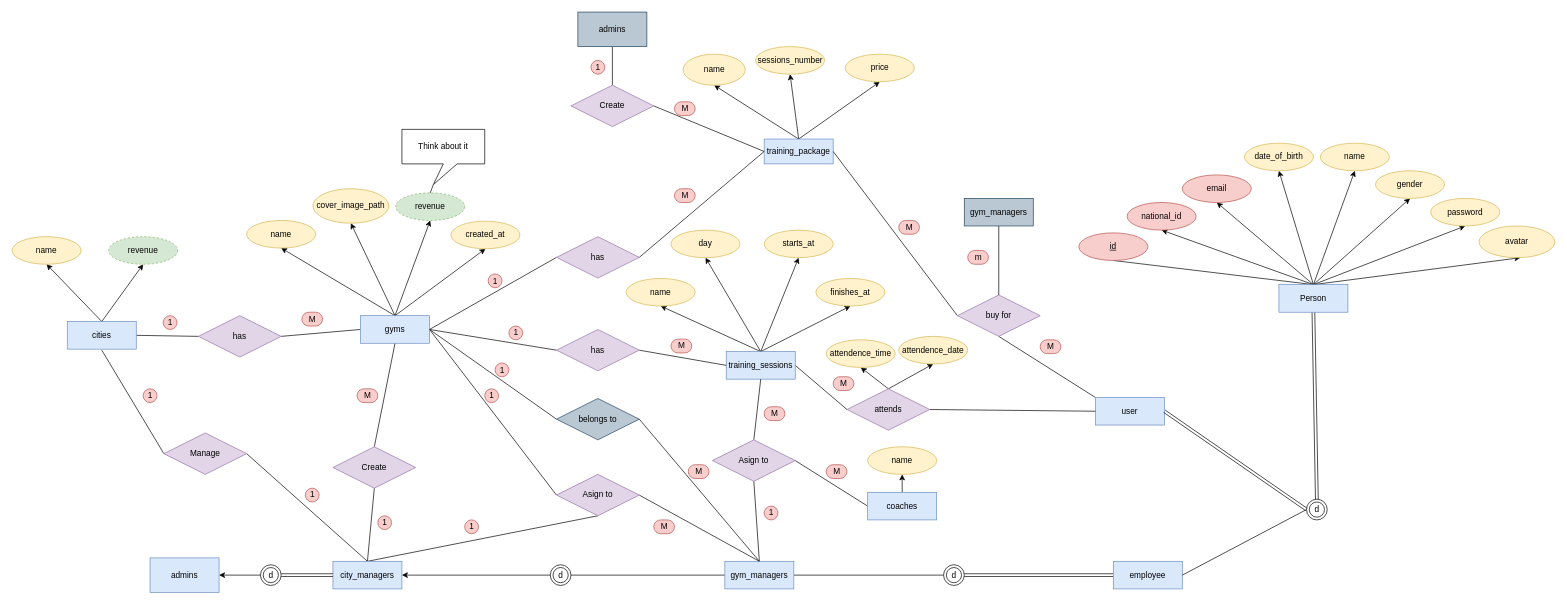
Earlier version of the draw.io diagram page "Final Enhanced ERD" (1 of 2) of 00 Project Material/00 Database/00 ERD/ERD.drawio (ashrafeldawody/GYM-APP). Source tidied: cells renumbered, new cells numbered last; positions are measured from the earlier drawing's top-left corner, leaving out a move shared by most shapes. Both pictures are drawn from the tidied source at 69%, with x=0, y=0 at pixel (12, 12).
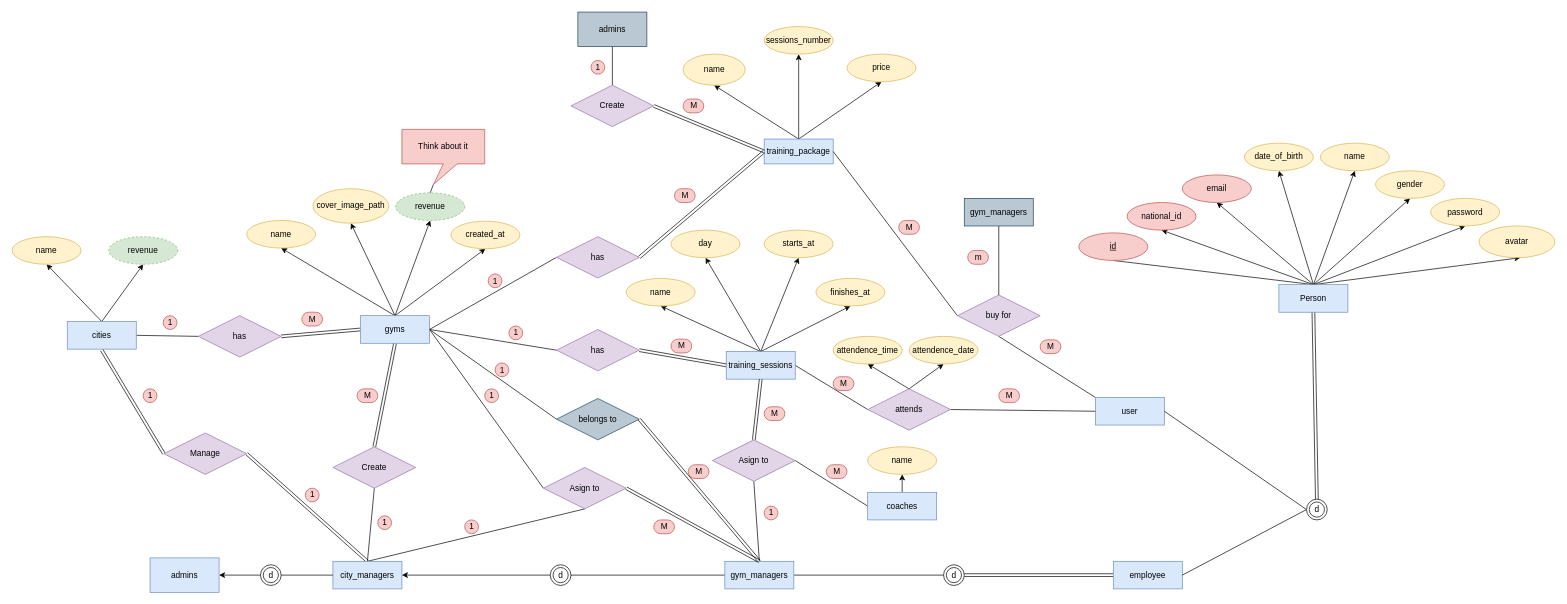
The same diagram, later.

Unchanged cells that the change refers to:
```xml
<mxCell id="26" value="training_package" style="whiteSpace=wrap;html=1;align=center;fillColor=#dae8fc;strokeColor=#6c8ebf;" parent="1" vertex="1">
  <mxGeometry x="1090" y="184" width="100" height="36" as="geometry" />
</mxCell>
<mxCell id="35" value="user" style="whiteSpace=wrap;html=1;align=center;fillColor=#dae8fc;strokeColor=#6c8ebf;" parent="1" vertex="1">
  <mxGeometry x="1570" y="558.5" width="100" height="40" as="geometry" />
</mxCell>
<mxCell id="38" style="ellipse;shape=doubleEllipse;whiteSpace=wrap;html=1;" parent="1" vertex="1">
  <mxGeometry x="1876" y="706" width="30" height="30" as="geometry" />
</mxCell>
<mxCell id="44" value="city_managers" style="whiteSpace=wrap;html=1;align=center;fillColor=#dae8fc;strokeColor=#6c8ebf;" parent="1" vertex="1">
  <mxGeometry x="465" y="796" width="100" height="40" as="geometry" />
</mxCell>
<mxCell id="50" style="ellipse;shape=doubleEllipse;whiteSpace=wrap;html=1;" parent="1" vertex="1">
  <mxGeometry x="360" y="801" width="30" height="30" as="geometry" />
</mxCell>
<mxCell id="58" value="has" style="shape=rhombus;perimeter=rhombusPerimeter;whiteSpace=wrap;html=1;align=center;fillColor=#e1d5e7;strokeColor=#9673a6;" parent="1" vertex="1">
  <mxGeometry x="270" y="440" width="120" height="60" as="geometry" />
</mxCell>
<mxCell id="61" value="Create" style="shape=rhombus;perimeter=rhombusPerimeter;whiteSpace=wrap;html=1;align=center;fillColor=#e1d5e7;strokeColor=#9673a6;" parent="1" vertex="1">
  <mxGeometry x="465" y="630" width="120" height="60" as="geometry" />
</mxCell>
<mxCell id="65" value="gym_managers" style="whiteSpace=wrap;html=1;align=center;fillColor=#dae8fc;strokeColor=#6c8ebf;" parent="1" vertex="1">
  <mxGeometry x="1033" y="796" width="100" height="40" as="geometry" />
</mxCell>
<mxCell id="73" value="gyms" style="whiteSpace=wrap;html=1;align=center;fillColor=#dae8fc;strokeColor=#6c8ebf;" parent="1" vertex="1">
  <mxGeometry x="505" y="440" width="100" height="40" as="geometry" />
</mxCell>
<mxCell id="84" value="training_sessions" style="whiteSpace=wrap;html=1;align=center;fillColor=#dae8fc;strokeColor=#6c8ebf;" parent="1" vertex="1">
  <mxGeometry x="1035" y="492" width="100" height="40" as="geometry" />
</mxCell>
<mxCell id="91" value="has" style="shape=rhombus;perimeter=rhombusPerimeter;whiteSpace=wrap;html=1;align=center;fillColor=#e1d5e7;strokeColor=#9673a6;rotation=0;" parent="1" vertex="1">
  <mxGeometry x="789" y="325.5" width="120" height="60" as="geometry" />
</mxCell>
<mxCell id="97" value="Manage" style="shape=rhombus;perimeter=rhombusPerimeter;whiteSpace=wrap;html=1;align=center;fillColor=#e1d5e7;strokeColor=#9673a6;" parent="1" vertex="1">
  <mxGeometry x="220" y="610" width="120" height="60" as="geometry" />
</mxCell>
<mxCell id="102" value="belongs to" style="shape=rhombus;perimeter=rhombusPerimeter;whiteSpace=wrap;html=1;align=center;fillColor=#bac8d3;strokeColor=#23445d;" parent="1" vertex="1">
  <mxGeometry x="789" y="560" width="120" height="60" as="geometry" />
</mxCell>
<mxCell id="111" value="has" style="shape=rhombus;perimeter=rhombusPerimeter;whiteSpace=wrap;html=1;align=center;fillColor=#e1d5e7;strokeColor=#9673a6;rotation=0;" parent="1" vertex="1">
  <mxGeometry x="789" y="460" width="120" height="60" as="geometry" />
</mxCell>
<mxCell id="118" value="Asign to" style="shape=rhombus;perimeter=rhombusPerimeter;whiteSpace=wrap;html=1;align=center;fillColor=#e1d5e7;strokeColor=#9673a6;" parent="1" vertex="1">
  <mxGeometry x="1015" y="620" width="120" height="60" as="geometry" />
</mxCell>
<mxCell id="138" value="Create" style="shape=rhombus;perimeter=rhombusPerimeter;whiteSpace=wrap;html=1;align=center;fillColor=#e1d5e7;strokeColor=#9673a6;rotation=0;" parent="1" vertex="1">
  <mxGeometry x="810" y="106" width="120" height="60" as="geometry" />
</mxCell>
```

What changed in the source:
```diff
@@
     <mxCell id="28" value="price" style="ellipse;whiteSpace=wrap;html=1;align=center;fillColor=#fff2cc;strokeColor=#d6b656;" parent="1" vertex="1">
-      <mxGeometry x="1207.5" y="61" width="100" height="40" as="geometry" />
+      <mxGeometry x="1210" y="61" width="100" height="40" as="geometry" />
     </mxCell>
     <mxCell id="29" value="sessions_number" style="ellipse;whiteSpace=wrap;html=1;align=center;fillColor=#fff2cc;strokeColor=#d6b656;" parent="1" vertex="1">
-      <mxGeometry x="1077.5" y="50" width="100" height="40" as="geometry" />
+      <mxGeometry x="1090" y="21" width="100" height="40" as="geometry" />
     </mxCell>
@@
-    <mxCell id="37" style="edgeStyle=none;shape=link;rounded=0;jettySize=auto;html=1;exitX=0;exitY=0.5;exitDx=0;exitDy=0;endArrow=classic;endFill=1;entryX=1;entryY=0.5;entryDx=0;entryDy=0;" parent="1" edge="1" source="38" target="35">
+    <mxCell id="37" style="edgeStyle=none;rounded=0;jettySize=auto;html=1;exitX=0;exitY=0.5;exitDx=0;exitDy=0;endArrow=none;endFill=0;entryX=1;entryY=0.5;entryDx=0;entryDy=0;" parent="1" edge="1" source="38" target="35">
       <mxGeometry relative="1" as="geometry" />
     </mxCell>
@@
-    <mxCell id="42" style="edgeStyle=none;rounded=0;jettySize=auto;html=1;exitX=0.5;exitY=0;exitDx=0;exitDy=0;entryX=1;entryY=0.5;entryDx=0;entryDy=0;endArrow=none;endFill=0;" parent="1" edge="1" source="44" target="97">
+    <mxCell id="42" style="edgeStyle=none;rounded=0;jettySize=auto;html=1;exitX=0.5;exitY=0;exitDx=0;exitDy=0;entryX=1;entryY=0.5;entryDx=0;entryDy=0;endArrow=none;endFill=0;shape=link;" parent="1" edge="1" source="44" target="97">
       <mxGeometry relative="1" as="geometry" />
     </mxCell>
@@
-    <mxCell id="48" style="edgeStyle=none;shape=link;rounded=0;jettySize=auto;html=1;exitX=0;exitY=0.5;exitDx=0;exitDy=0;entryX=1;entryY=0.5;entryDx=0;entryDy=0;endArrow=classic;endFill=1;" parent="1" edge="1" source="44" target="50">
+    <mxCell id="48" style="edgeStyle=none;rounded=0;jettySize=auto;html=1;exitX=0;exitY=0.5;exitDx=0;exitDy=0;entryX=1;entryY=0.5;entryDx=0;entryDy=0;endArrow=none;endFill=0;" parent="1" edge="1" source="44" target="50">
       <mxGeometry relative="1" as="geometry" />
     </mxCell>
@@
-    <mxCell id="57" style="edgeStyle=none;rounded=0;jettySize=auto;html=1;exitX=1;exitY=0.5;exitDx=0;exitDy=0;entryX=0;entryY=0.5;entryDx=0;entryDy=0;endArrow=none;endFill=0;" parent="1" edge="1" source="58" target="73">
+    <mxCell id="57" style="edgeStyle=none;rounded=0;jettySize=auto;html=1;exitX=1;exitY=0.5;exitDx=0;exitDy=0;entryX=0;entryY=0.5;entryDx=0;entryDy=0;endArrow=none;endFill=0;shape=link;" parent="1" edge="1" source="58" target="73">
       <mxGeometry relative="1" as="geometry" />
     </mxCell>
@@
-    <mxCell id="60" style="edgeStyle=none;rounded=0;jettySize=auto;html=1;exitX=0.5;exitY=0;exitDx=0;exitDy=0;entryX=0.5;entryY=1;entryDx=0;entryDy=0;endArrow=none;endFill=0;" parent="1" edge="1" source="61" target="73">
+    <mxCell id="60" style="edgeStyle=none;rounded=0;jettySize=auto;html=1;exitX=0.5;exitY=0;exitDx=0;exitDy=0;entryX=0.5;entryY=1;entryDx=0;entryDy=0;endArrow=none;endFill=0;shape=link;" parent="1" edge="1" source="61" target="73">
       <mxGeometry relative="1" as="geometry" />
     </mxCell>
@@
-    <mxCell id="63" style="edgeStyle=none;rounded=0;jettySize=auto;html=1;exitX=0.5;exitY=0;exitDx=0;exitDy=0;entryX=1;entryY=0.5;entryDx=0;entryDy=0;endArrow=none;endFill=0;" parent="1" edge="1" source="65" target="102">
+    <mxCell id="63" style="edgeStyle=none;rounded=0;jettySize=auto;html=1;exitX=0.5;exitY=0;exitDx=0;exitDy=0;entryX=1;entryY=0.5;entryDx=0;entryDy=0;endArrow=none;endFill=0;shape=link;" parent="1" edge="1" source="65" target="102">
       <mxGeometry relative="1" as="geometry" />
     </mxCell>
@@
-    <mxCell id="90" style="edgeStyle=none;rounded=0;jettySize=auto;html=1;exitX=1;exitY=0.5;exitDx=0;exitDy=0;entryX=0;entryY=0.5;entryDx=0;entryDy=0;endArrow=none;endFill=0;" parent="1" edge="1" source="91" target="26">
+    <mxCell id="90" style="edgeStyle=none;rounded=0;jettySize=auto;html=1;exitX=1;exitY=0.5;exitDx=0;exitDy=0;entryX=0;entryY=0.5;entryDx=0;entryDy=0;endArrow=none;endFill=0;shape=link;" parent="1" edge="1" source="91" target="26">
       <mxGeometry relative="1" as="geometry" />
     </mxCell>
@@
-    <mxCell id="95" value="Think about it" style="shape=callout;whiteSpace=wrap;html=1;perimeter=calloutPerimeter;position2=0.38;" parent="1" vertex="1">
+    <mxCell id="95" value="Think about it" style="shape=callout;whiteSpace=wrap;html=1;perimeter=calloutPerimeter;position2=0.38;fillColor=#f8cecc;strokeColor=#b85450;" parent="1" vertex="1">
       <mxGeometry x="565" y="170" width="120" height="80" as="geometry" />
     </mxCell>
-    <mxCell id="96" style="edgeStyle=none;rounded=0;jettySize=auto;html=1;exitX=0;exitY=0.5;exitDx=0;exitDy=0;endArrow=none;endFill=0;" parent="1" edge="1" source="97">
+    <mxCell id="96" style="edgeStyle=none;rounded=0;jettySize=auto;html=1;exitX=0;exitY=0.5;exitDx=0;exitDy=0;endArrow=none;endFill=0;shape=link;" parent="1" edge="1" source="97">
       <mxGeometry relative="1" as="geometry">
         <mxPoint x="130" y="490" as="targetPoint" />
       </mxGeometry>
     </mxCell>
@@
-    <mxCell id="105" style="edgeStyle=none;rounded=0;jettySize=auto;html=1;exitX=1;exitY=0.5;exitDx=0;exitDy=0;entryX=0.5;entryY=0;entryDx=0;entryDy=0;endArrow=none;endFill=0;" parent="1" edge="1" source="106" target="65">
+    <mxCell id="105" style="edgeStyle=none;rounded=0;jettySize=auto;html=1;exitX=1;exitY=0.5;exitDx=0;exitDy=0;entryX=0.5;entryY=0;entryDx=0;entryDy=0;endArrow=none;endFill=0;shape=link;" parent="1" edge="1" source="106" target="65">
       <mxGeometry relative="1" as="geometry" />
     </mxCell>
     <mxCell id="106" value="Asign to" style="shape=rhombus;perimeter=rhombusPerimeter;whiteSpace=wrap;html=1;align=center;fillColor=#e1d5e7;strokeColor=#9673a6;" parent="1" vertex="1">
-      <mxGeometry x="789" y="670" width="120" height="60" as="geometry" />
+      <mxGeometry x="770" y="660" width="120" height="60" as="geometry" />
     </mxCell>
@@
-    <mxCell id="110" style="edgeStyle=none;rounded=0;jettySize=auto;html=1;exitX=1;exitY=0.5;exitDx=0;exitDy=0;entryX=0;entryY=0.5;entryDx=0;entryDy=0;endArrow=none;endFill=0;" parent="1" edge="1" source="111" target="84">
+    <mxCell id="110" style="edgeStyle=none;rounded=0;jettySize=auto;html=1;exitX=1;exitY=0.5;exitDx=0;exitDy=0;entryX=0;entryY=0.5;entryDx=0;entryDy=0;endArrow=none;endFill=0;shape=link;" parent="1" edge="1" source="111" target="84">
       <mxGeometry relative="1" as="geometry" />
     </mxCell>
@@
-    <mxCell id="116" style="edgeStyle=none;rounded=0;jettySize=auto;html=1;exitX=0.5;exitY=0;exitDx=0;exitDy=0;entryX=0.5;entryY=1;entryDx=0;entryDy=0;endArrow=none;endFill=0;" parent="1" edge="1" source="118" target="84">
+    <mxCell id="116" style="edgeStyle=none;rounded=0;jettySize=auto;html=1;exitX=0.5;exitY=0;exitDx=0;exitDy=0;entryX=0.5;entryY=1;entryDx=0;entryDy=0;endArrow=none;endFill=0;shape=link;" parent="1" edge="1" source="118" target="84">
       <mxGeometry relative="1" as="geometry" />
     </mxCell>
@@
     <mxCell id="130" value="attends" style="shape=rhombus;perimeter=rhombusPerimeter;whiteSpace=wrap;html=1;align=center;fillColor=#e1d5e7;strokeColor=#9673a6;" parent="1" vertex="1">
-      <mxGeometry x="1210" y="546" width="120" height="60" as="geometry" />
+      <mxGeometry x="1240" y="546" width="120" height="60" as="geometry" />
     </mxCell>
     <mxCell id="131" value="attendence_time" style="ellipse;whiteSpace=wrap;html=1;align=center;fillColor=#fff2cc;strokeColor=#d6b656;" parent="1" vertex="1">
-      <mxGeometry x="1180" y="475" width="100" height="40" as="geometry" />
+      <mxGeometry x="1190" y="470" width="100" height="40" as="geometry" />
     </mxCell>
     <mxCell id="132" value="attendence_date" style="ellipse;whiteSpace=wrap;html=1;align=center;fillColor=#fff2cc;strokeColor=#d6b656;" parent="1" vertex="1">
-      <mxGeometry x="1285" y="470" width="100" height="40" as="geometry" />
+      <mxGeometry x="1300" y="470" width="100" height="40" as="geometry" />
     </mxCell>
@@
-    <mxCell id="137" style="edgeStyle=none;rounded=0;jettySize=auto;html=1;exitX=1;exitY=0.5;exitDx=0;exitDy=0;entryX=0;entryY=0.5;entryDx=0;entryDy=0;endArrow=none;endFill=0;" parent="1" edge="1" source="138" target="26">
+    <mxCell id="137" style="edgeStyle=none;rounded=0;jettySize=auto;html=1;exitX=1;exitY=0.5;exitDx=0;exitDy=0;entryX=0;entryY=0.5;entryDx=0;entryDy=0;endArrow=none;endFill=0;shape=link;" parent="1" edge="1" source="138" target="26">
       <mxGeometry relative="1" as="geometry" />
     </mxCell>
@@
     <mxCell id="140" value="M" style="text;html=1;align=center;verticalAlign=middle;fillColor=#f8cecc;strokeColor=#b85450;rounded=1;arcSize=50;" parent="1" vertex="1">
-      <mxGeometry x="960" y="130" width="30" height="20" as="geometry" />
+      <mxGeometry x="972.5" y="126" width="30" height="20" as="geometry" />
     </mxCell>
@@
+    <mxCell id="143" value="M" style="text;html=1;align=center;verticalAlign=middle;fillColor=#f8cecc;strokeColor=#b85450;rounded=1;arcSize=50;" parent="1" vertex="1">
+      <mxGeometry x="1430" y="546" width="30" height="20" as="geometry" />
+    </mxCell>
```
